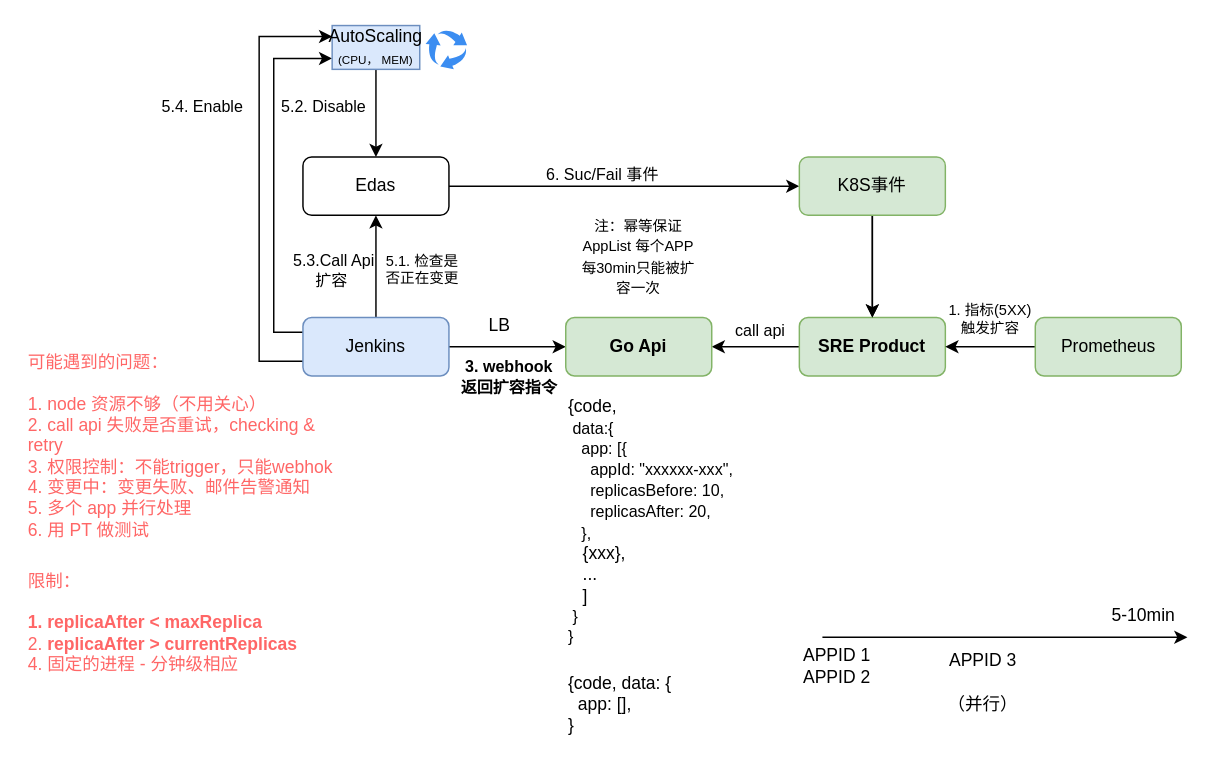
This is page "扩容" (6 of 6) of 数据架构图.drawio from Allen9797/WorkZone, a draw.io file, before an edit. Source tidied: cells renumbered, new cells numbered last; positions are measured from the earlier drawing's top-left corner, leaving out a move shared by most shapes. Both pictures are drawn from the tidied source at 146%, with x=0, y=0 at pixel (25, 25).
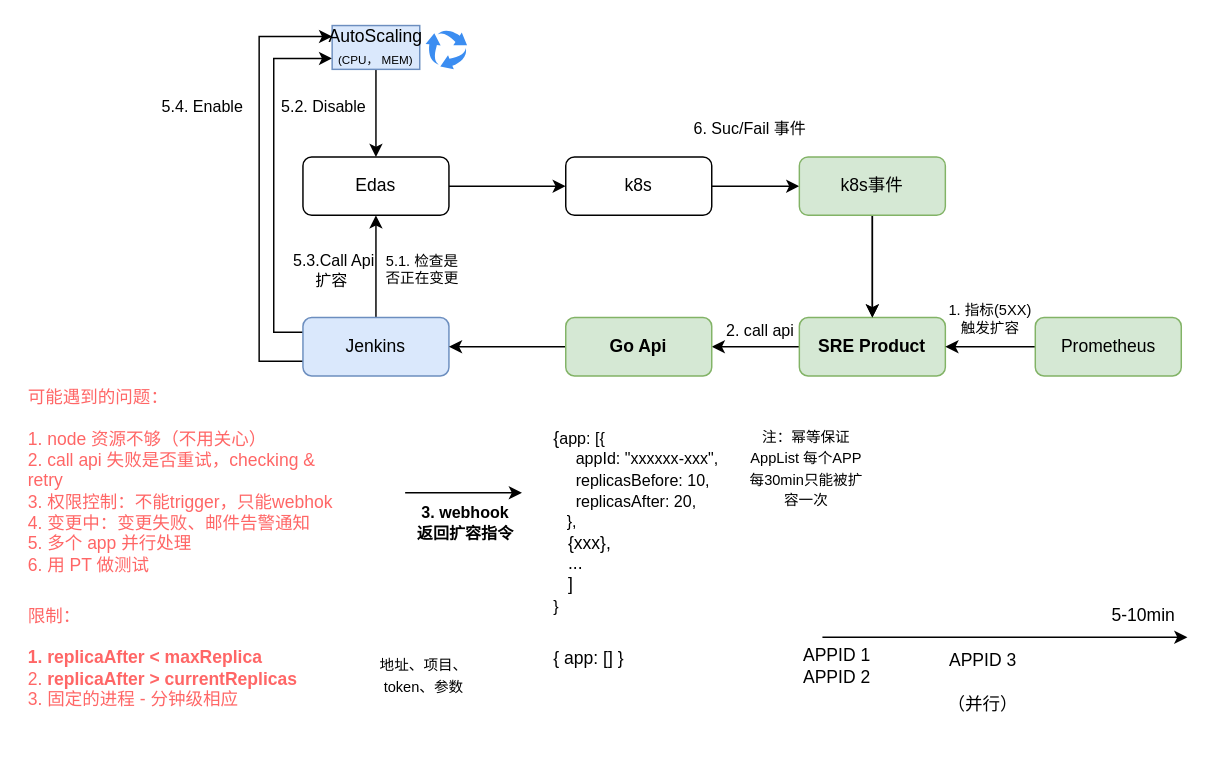
After the change.

Commit message:
更新数据架构图.drawio

The change refers to these unchanged cells:
```xml
<mxCell id="4" value="Edas" style="rounded=1;whiteSpace=wrap;html=1;" parent="1" vertex="1">
  <mxGeometry x="190" y="90" width="100" height="40" as="geometry" />
</mxCell>
<mxCell id="13" value="Jenkins" style="rounded=1;whiteSpace=wrap;html=1;fillColor=#dae8fc;strokeColor=#6c8ebf;" parent="1" vertex="1">
  <mxGeometry x="190" y="200" width="100" height="40" as="geometry" />
</mxCell>
<mxCell id="14" style="edgeStyle=orthogonalEdgeStyle;rounded=0;jettySize=auto;html=1;" parent="1" edge="1" source="16" target="26">
  <mxGeometry relative="1" as="geometry" />
</mxCell>
<mxCell id="26" value="Go Api" style="rounded=1;whiteSpace=wrap;html=1;fontStyle=1;fillColor=#d5e8d4;strokeColor=#82b366;" parent="1" vertex="1">
  <mxGeometry x="370" y="200" width="100" height="40" as="geometry" />
</mxCell>
```

Diff of the diagram source:
```diff
@@
-    <mxCell id="2" style="rounded=0;jettySize=auto;html=1;entryX=0;entryY=0.5;entryDx=0;entryDy=0;exitX=1;exitY=0.5;exitDx=0;exitDy=0;" parent="1" edge="1" source="4" target="31">
+    <mxCell id="2" style="rounded=0;jettySize=auto;html=1;entryX=0;entryY=0.5;entryDx=0;entryDy=0;exitX=1;exitY=0.5;exitDx=0;exitDy=0;" parent="1" edge="1" source="41" target="31">
       <mxGeometry relative="1" as="geometry" />
     </mxCell>
     <mxCell id="3" value="6. Suc/Fail 事件" style="edgeLabel;html=1;align=center;verticalAlign=middle;" parent="2" vertex="1">
       <mxGeometry x="-0.15" y="1" relative="1" as="geometry">
-        <mxPoint x="2" y="-8" as="offset" />
+        <mxPoint x="-1" y="-39" as="offset" />
       </mxGeometry>
     </mxCell>
+    <mxCell id="39" style="edgeStyle=orthogonalEdgeStyle;rounded=0;jettySize=auto;html=1;" parent="1" edge="1" source="4" target="41">
+      <mxGeometry relative="1" as="geometry" />
+    </mxCell>
@@
-    <mxCell id="7" style="rounded=0;jettySize=auto;html=1;exitX=1;exitY=0.5;exitDx=0;exitDy=0;entryX=0;entryY=0.5;entryDx=0;entryDy=0;" parent="1" edge="1" source="13" target="26">
-      <mxGeometry relative="1" as="geometry" />
+    <mxCell id="7" style="rounded=0;orthogonalLoop=1;jettySize=auto;html=1;exitX=1;exitY=0.5;exitDx=0;exitDy=0;entryX=0;entryY=0.5;entryDx=0;entryDy=0;" parent="1" edge="1">
+      <mxGeometry relative="1" as="geometry">
+        <mxPoint x="260" y="320" as="sourcePoint" />
+        <mxPoint x="340" y="320" as="targetPoint" />
+      </mxGeometry>
     </mxCell>
@@
-    <mxCell id="15" value="call api" style="edgeLabel;html=1;align=center;verticalAlign=middle;" parent="14" vertex="1">
+    <mxCell id="15" value="2. call api" style="edgeLabel;html=1;align=center;verticalAlign=middle;" parent="14" vertex="1">
       <mxGeometry x="0.04" y="1" relative="1" as="geometry">
         <mxPoint x="3" y="-13" as="offset" />
       </mxGeometry>
     </mxCell>
@@
-    <mxCell id="17" value="{code,&lt;br style=&quot;border-color: var(--border-color); font-size: 11px;&quot;&gt;&lt;span style=&quot;font-size: 11px; background-color: rgb(255, 255, 255);&quot;&gt;&amp;nbsp;data:{&lt;/span&gt;&lt;br style=&quot;border-color: var(--border-color); font-size: 11px;&quot;&gt;&lt;span style=&quot;font-size: 11px; background-color: rgb(255, 255, 255);&quot;&gt;&amp;nbsp; &amp;nbsp;app: [{&lt;/span&gt;&lt;br style=&quot;border-color: var(--border-color); font-size: 11px;&quot;&gt;&lt;span style=&quot;font-size: 11px; background-color: rgb(255, 255, 255);&quot;&gt;&amp;nbsp; &amp;nbsp; &amp;nbsp;appId: &quot;xxxxxx-xxx&quot;,&lt;/span&gt;&lt;br style=&quot;border-color: var(--border-color); font-size: 11px;&quot;&gt;&lt;span style=&quot;font-size: 11px; background-color: rgb(255, 255, 255);&quot;&gt;&amp;nbsp; &amp;nbsp; &amp;nbsp;replicasBefore: 10,&lt;/span&gt;&lt;br style=&quot;border-color: var(--border-color); font-size: 11px;&quot;&gt;&lt;span style=&quot;font-size: 11px; background-color: rgb(255, 255, 255);&quot;&gt;&amp;nbsp; &amp;nbsp; &amp;nbsp;replicasAfter: 20,&lt;/span&gt;&lt;br style=&quot;border-color: var(--border-color); font-size: 11px;&quot;&gt;&lt;span style=&quot;font-size: 11px; background-color: rgb(255, 255, 255);&quot;&gt;&amp;nbsp; &amp;nbsp;},&lt;br&gt;&lt;/span&gt;&amp;nbsp; &amp;nbsp;{xxx},&lt;br&gt;&amp;nbsp; &amp;nbsp;...&lt;br&gt;&amp;nbsp; &amp;nbsp;]&lt;br style=&quot;border-color: var(--border-color); font-size: 11px;&quot;&gt;&lt;span style=&quot;font-size: 11px; background-color: rgb(255, 255, 255);&quot;&gt;&amp;nbsp;}&lt;/span&gt;&lt;br style=&quot;border-color: var(--border-color); font-size: 11px;&quot;&gt;&lt;span style=&quot;font-size: 11px; background-color: rgb(255, 255, 255);&quot;&gt;}&lt;/span&gt;" style="text;html=1;strokeColor=none;fillColor=none;align=left;verticalAlign=middle;whiteSpace=wrap;rounded=0;" parent="1" vertex="1">
-      <mxGeometry x="370" y="250" width="125" height="180" as="geometry" />
+    <mxCell id="17" value="{&lt;span style=&quot;font-size: 11px; background-color: rgb(255, 255, 255);&quot;&gt;app: [{&lt;/span&gt;&lt;br style=&quot;border-color: var(--border-color); font-size: 11px;&quot;&gt;&lt;span style=&quot;font-size: 11px; background-color: rgb(255, 255, 255);&quot;&gt;&amp;nbsp; &amp;nbsp; &amp;nbsp;appId: &quot;xxxxxx-xxx&quot;,&lt;/span&gt;&lt;br style=&quot;border-color: var(--border-color); font-size: 11px;&quot;&gt;&lt;span style=&quot;font-size: 11px; background-color: rgb(255, 255, 255);&quot;&gt;&amp;nbsp; &amp;nbsp; &amp;nbsp;replicasBefore: 10,&lt;/span&gt;&lt;br style=&quot;border-color: var(--border-color); font-size: 11px;&quot;&gt;&lt;span style=&quot;font-size: 11px; background-color: rgb(255, 255, 255);&quot;&gt;&amp;nbsp; &amp;nbsp; &amp;nbsp;replicasAfter: 20,&lt;/span&gt;&lt;br style=&quot;border-color: var(--border-color); font-size: 11px;&quot;&gt;&lt;span style=&quot;font-size: 11px; background-color: rgb(255, 255, 255);&quot;&gt;&amp;nbsp; &amp;nbsp;},&lt;br&gt;&lt;/span&gt;&amp;nbsp; &amp;nbsp;{xxx},&lt;br&gt;&amp;nbsp; &amp;nbsp;...&lt;br&gt;&amp;nbsp; &amp;nbsp;]&lt;br style=&quot;border-color: var(--border-color); font-size: 11px;&quot;&gt;&lt;span style=&quot;font-size: 11px; background-color: rgb(255, 255, 255);&quot;&gt;}&lt;/span&gt;" style="text;html=1;strokeColor=none;fillColor=none;align=left;verticalAlign=middle;whiteSpace=wrap;rounded=0;" parent="1" vertex="1">
+      <mxGeometry x="360" y="270" width="125" height="140" as="geometry" />
     </mxCell>
@@
     <mxCell id="22" value="&lt;font style=&quot;font-size: 10px;&quot;&gt;注：幂等保证&lt;br&gt;AppList 每个APP 每30min只能被扩容一次&lt;/font&gt;" style="text;html=1;strokeColor=none;fillColor=none;align=center;verticalAlign=middle;whiteSpace=wrap;rounded=0;" parent="1" vertex="1">
-      <mxGeometry x="380" y="125.5" width="80" height="65" as="geometry" />
+      <mxGeometry x="495" y="270" width="80" height="65" as="geometry" />
     </mxCell>
     <mxCell id="23" value="可能遇到的问题：&lt;br&gt;&lt;br&gt;1. node 资源不够（不用关心）&lt;br&gt;2. call api 失败是否重试，checking &amp;amp; retry&lt;br&gt;3. 权限控制：不能trigger，只能webhok&lt;br&gt;4. 变更中：变更失败、邮件告警通知&lt;br&gt;5. 多个 app 并行处理&lt;br&gt;6. 用 PT 做测试" style="text;html=1;strokeColor=none;fillColor=none;align=left;verticalAlign=middle;whiteSpace=wrap;rounded=0;fontColor=#FF6666;" parent="1" vertex="1">
-      <mxGeometry y="216" width="220" height="144" as="geometry" />
+      <mxGeometry y="240" width="220" height="144" as="geometry" />
     </mxCell>
@@
+    <mxCell id="40" style="edgeStyle=orthogonalEdgeStyle;rounded=0;jettySize=auto;html=1;exitX=0;exitY=0.5;exitDx=0;exitDy=0;entryX=1;entryY=0.5;entryDx=0;entryDy=0;" parent="1" edge="1" source="26" target="13">
+      <mxGeometry relative="1" as="geometry" />
+    </mxCell>
@@
-    <mxCell id="28" value="限制：&lt;br&gt;&lt;br&gt;&lt;b&gt;1. replicaAfter &amp;lt; maxReplica&lt;/b&gt;&lt;br&gt;2.&amp;nbsp;&lt;b style=&quot;border-color: var(--border-color);&quot;&gt;replicaAfter &amp;gt; currentR&lt;/b&gt;&lt;b&gt;eplicas&lt;/b&gt;&lt;br&gt;4. 固定的进程 - 分钟级相应" style="text;html=1;strokeColor=none;fillColor=none;align=left;verticalAlign=middle;whiteSpace=wrap;rounded=0;fontColor=#FF6666;" parent="1" vertex="1">
-      <mxGeometry y="364" width="210" height="90" as="geometry" />
+    <mxCell id="28" value="限制：&lt;br&gt;&lt;br&gt;&lt;b&gt;1. replicaAfter &amp;lt; maxReplica&lt;/b&gt;&lt;br&gt;2.&amp;nbsp;&lt;b style=&quot;border-color: var(--border-color);&quot;&gt;replicaAfter &amp;gt; currentR&lt;/b&gt;&lt;b&gt;eplicas&lt;/b&gt;&lt;br&gt;3. 固定的进程 - 分钟级相应" style="text;html=1;strokeColor=none;fillColor=none;align=left;verticalAlign=middle;whiteSpace=wrap;rounded=0;fontColor=#FF6666;" parent="1" vertex="1">
+      <mxGeometry y="388" width="210" height="90" as="geometry" />
     </mxCell>
@@
-    <mxCell id="31" value="K8S事件" style="rounded=1;whiteSpace=wrap;html=1;fontStyle=0;fillColor=#d5e8d4;strokeColor=#82b366;" parent="1" vertex="1">
+    <mxCell id="31" value="k8s事件" style="rounded=1;whiteSpace=wrap;html=1;fontStyle=0;fillColor=#d5e8d4;strokeColor=#82b366;" parent="1" vertex="1">
       <mxGeometry x="530" y="90" width="100" height="40" as="geometry" />
     </mxCell>
-    <mxCell id="32" value="LB" style="text;html=1;strokeColor=none;fillColor=none;align=center;verticalAlign=middle;whiteSpace=wrap;rounded=0;" parent="1" vertex="1">
-      <mxGeometry x="295" y="190.5" width="60" height="30" as="geometry" />
-    </mxCell>
-    <mxCell id="33" value="{code, data: {&lt;br&gt;&amp;nbsp;&amp;nbsp;app: [],&lt;br&gt;}" style="text;html=1;strokeColor=none;fillColor=none;align=left;verticalAlign=middle;whiteSpace=wrap;rounded=0;" parent="1" vertex="1">
-      <mxGeometry x="370" y="440" width="125" height="50" as="geometry" />
+    <mxCell id="33" value="{ app: [] }" style="text;html=1;strokeColor=none;fillColor=none;align=left;verticalAlign=middle;whiteSpace=wrap;rounded=0;" parent="1" vertex="1">
+      <mxGeometry x="360" y="414" width="125" height="40" as="geometry" />
     </mxCell>
@@
+    <mxCell id="41" value="k8s" style="rounded=1;whiteSpace=wrap;html=1;" parent="1" vertex="1">
+      <mxGeometry x="370" y="90" width="100" height="40" as="geometry" />
+    </mxCell>
+    <mxCell id="42" value="&lt;span style=&quot;font-size: 10px;&quot;&gt;地址、项目、token、参数&lt;/span&gt;" style="text;html=1;strokeColor=none;fillColor=none;align=center;verticalAlign=middle;whiteSpace=wrap;rounded=0;" parent="1" vertex="1">
+      <mxGeometry x="228.6" y="410" width="87.6" height="70" as="geometry" />
+    </mxCell>
```
